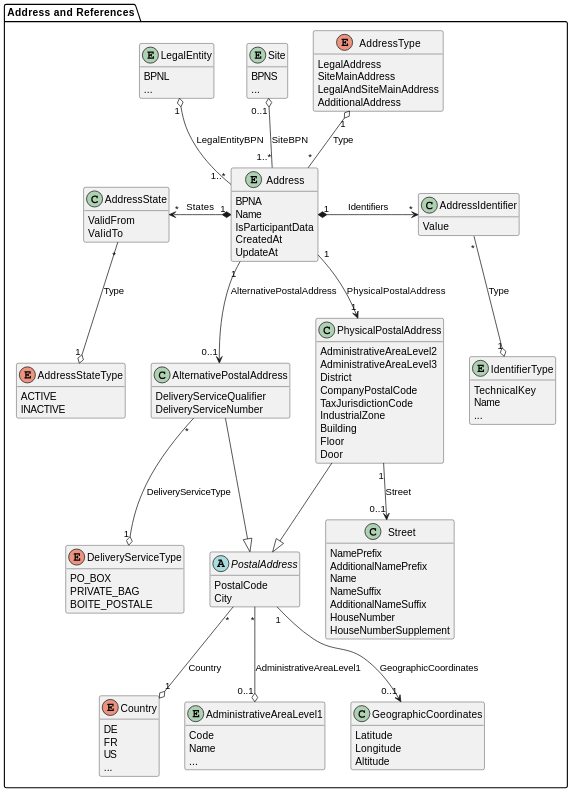
This is docs/standards/CX-0012-BusinessPartnerDataPoolAPI/assets/diagrams/class/address.svg from catenax-eV/catenax-ev.github.io, a PlantUML export, as it was before one commit.
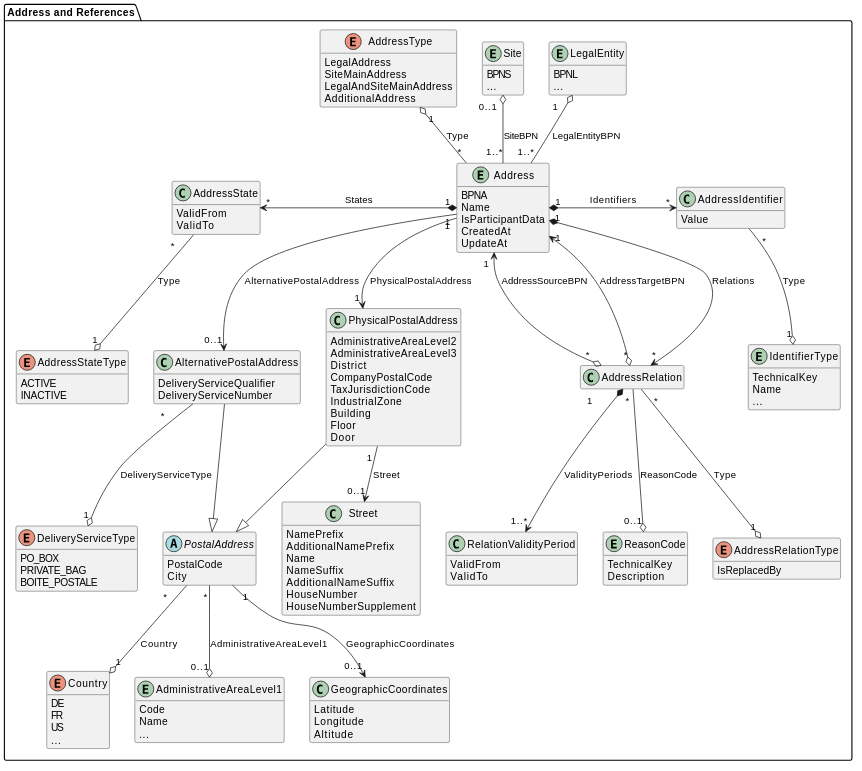
Above is the later version.

Commit message:
docs(0012): add extension to business partner relations

The edit, as a diff of the source:
```diff
@@ -45,6 +45,23 @@
     TechnicalKey
     Name
     ...
+  }
+
+  class AddressRelation {
+  }
+
+  enum AddressRelationType {
+    IsReplacedBy
+  }
+
+  class RelationValidityPeriod {
+    ValidFrom
+    ValidTo
+  }
+
+  entity ReasonCode {
+    TechnicalKey
+    Description
   }
 
   class AlternativePostalAddress{
@@ -118,6 +135,13 @@
   Address "1" *-r-> "*" AddressIdentifier : Identifiers
   AddressIdentifier "*" -d-o "1" IdentifierType : Type
 
+  Address "1" *--> "*" AddressRelation : Relations
+  AddressRelation "*" --o "1" AddressRelationType : Type
+  AddressRelation "*" o--> "1" Address : AddressSourceBPN
+  AddressRelation "*" o--> "1" Address : AddressTargetBPN
+  AddressRelation "1" *-d-> "1..*" RelationValidityPeriod : ValidityPeriods
+  AddressRelation "*" -d-o "0..1" ReasonCode : ReasonCode
+
   Address "1" -d-> "0..1" AlternativePostalAddress : AlternativePostalAddress
   AlternativePostalAddress "*" -d-o "1" DeliveryServiceType : DeliveryServiceType
   AlternativePostalAddress -d-|> PostalAddress
@@ -134,4 +158,5 @@
 }
 
 hide methods
+hide AddressRelation members
 @enduml
```
